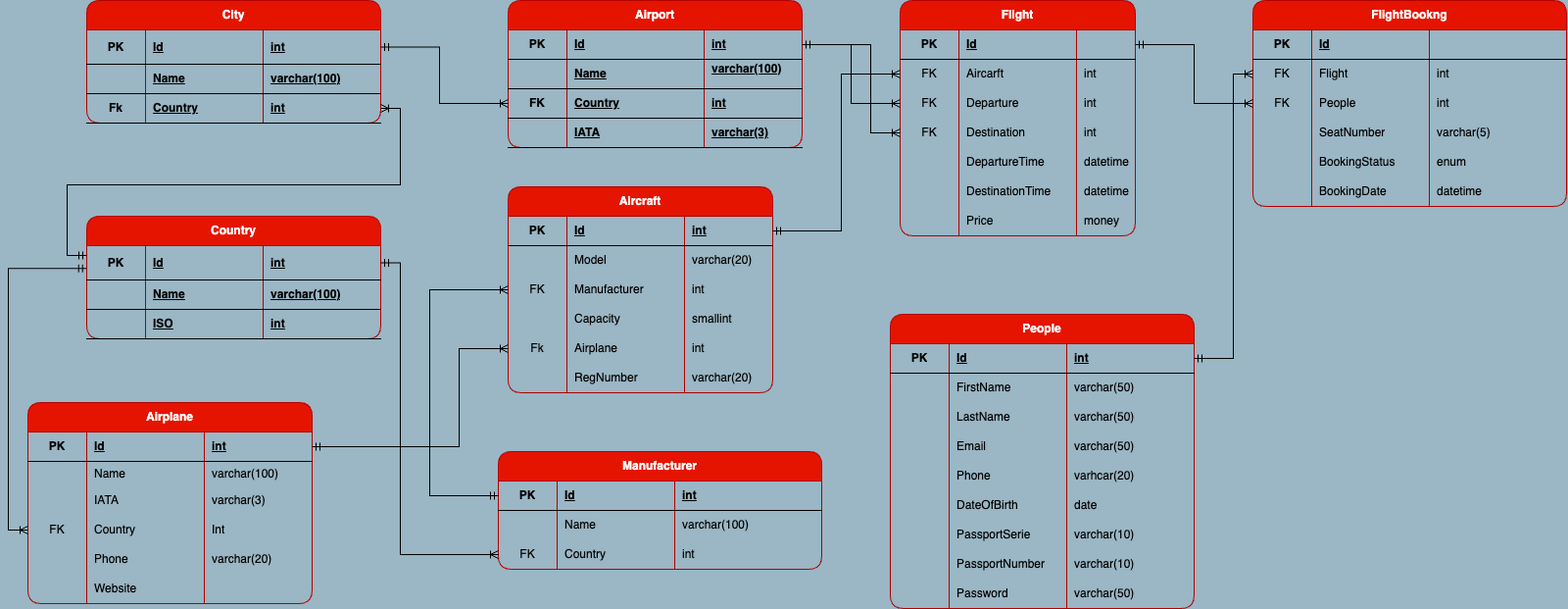
Above: ERD/ERD.png in Bagir22/DB-course-work (draw.io), before the change. Source tidied: cells renumbered, new cells last; positions are measured from the earlier drawing's top-left corner, leaving out a move shared by most shapes.
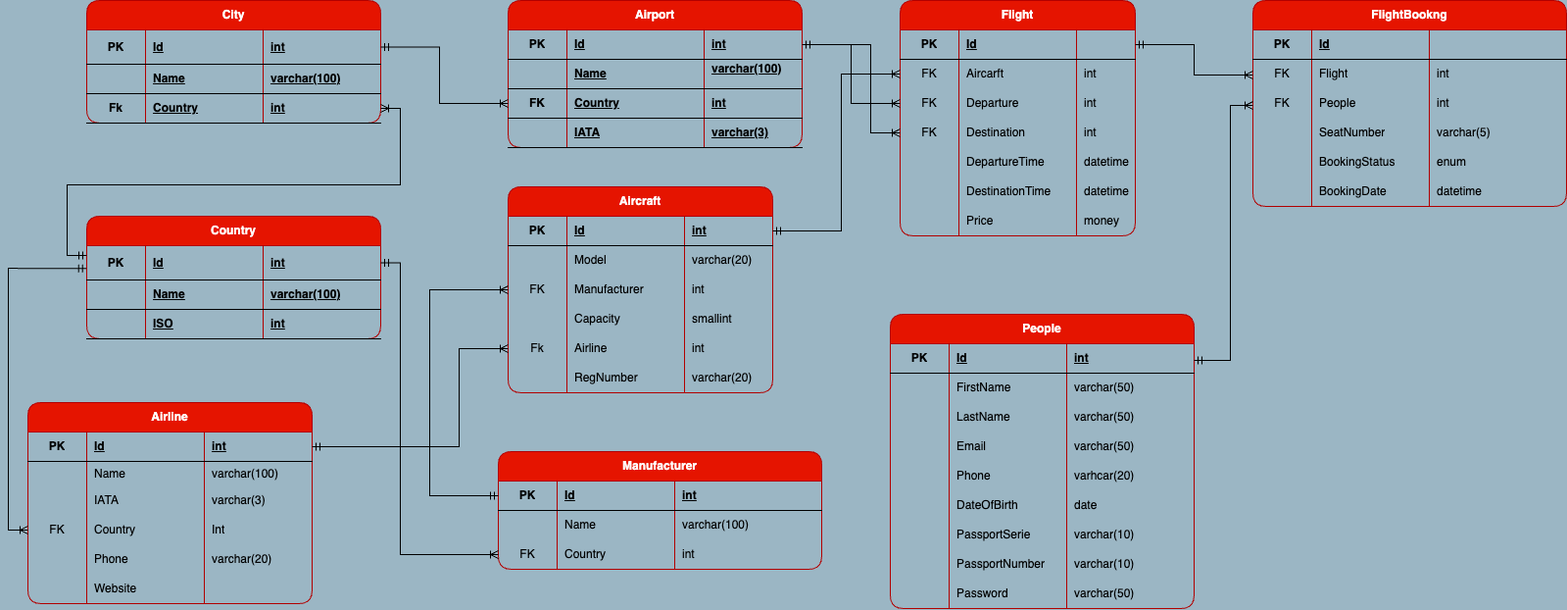
The same file after the commit.

The edit, as a diff of the source:
```diff
@@ -92,7 +92,7 @@
     <mxCell id="31" value="varchar(3)" style="shape=partialRectangle;fillColor=none;top=0;left=0;bottom=1;right=0;align=left;spacingLeft=6;fontStyle=5;overflow=hidden;html=1;whiteSpace=wrap;" parent="28" vertex="1">
       <mxGeometry x="200" width="100" height="30" as="geometry" />
     </mxCell>
-    <mxCell id="32" value="Airplane" style="shape=table;startSize=30;rowLines=0;fontStyle=1;align=center;html=1;whiteSpace=wrap;fillColor=#e51400;strokeColor=#B20000;rounded=1;shadow=0;columnLines=1;fontColor=#ffffff;" parent="1" vertex="1">
+    <mxCell id="32" value="Airline" style="shape=table;startSize=30;rowLines=0;fontStyle=1;align=center;html=1;whiteSpace=wrap;fillColor=#e51400;strokeColor=#B20000;rounded=1;shadow=0;columnLines=1;fontColor=#ffffff;" parent="1" vertex="1">
       <mxGeometry x="20" y="410" width="290" height="205" as="geometry" />
     </mxCell>
     <mxCell id="33" style="shape=tableRow;horizontal=0;startSize=0;swimlaneHead=0;swimlaneBody=0;fillColor=none;points=[[0,0.5],[1,0.5]];portConstraint=eastwest;top=0;left=0;right=0;bottom=0;html=1;" parent="32" vertex="1">
@@ -422,7 +422,7 @@
     <mxCell id="141" value="Fk" style="shape=partialRectangle;fillColor=none;top=0;left=0;bottom=0;right=0;overflow=hidden;html=1;whiteSpace=wrap;" parent="140" vertex="1">
       <mxGeometry width="60" height="30" as="geometry" />
     </mxCell>
-    <mxCell id="142" value="Airplane" style="shape=partialRectangle;fillColor=none;top=0;left=0;bottom=0;right=0;align=left;spacingLeft=6;overflow=hidden;html=1;whiteSpace=wrap;" parent="140" vertex="1">
+    <mxCell id="142" value="Airline" style="shape=partialRectangle;fillColor=none;top=0;left=0;bottom=0;right=0;align=left;spacingLeft=6;overflow=hidden;html=1;whiteSpace=wrap;" parent="140" vertex="1">
       <mxGeometry x="60" width="120" height="30" as="geometry" />
     </mxCell>
     <mxCell id="143" value="int" style="shape=partialRectangle;fillColor=none;top=0;left=0;bottom=0;right=0;align=left;spacingLeft=6;overflow=hidden;html=1;whiteSpace=wrap;" parent="140" vertex="1">
@@ -667,19 +667,20 @@
         </Array>
       </mxGeometry>
     </mxCell>
-    <mxCell id="208" style="edgeStyle=orthogonalEdgeStyle;rounded=0;jettySize=auto;html=1;endArrow=ERoneToMany;endFill=0;startArrow=ERmandOne;startFill=0;entryX=0;entryY=0.5;entryDx=0;entryDy=0;exitX=1;exitY=0.5;exitDx=0;exitDy=0;" parent="1" edge="1" source="58" target="157">
+    <mxCell id="208" style="edgeStyle=orthogonalEdgeStyle;rounded=0;jettySize=auto;html=1;endArrow=ERoneToMany;endFill=0;startArrow=ERmandOne;startFill=0;entryX=0;entryY=0.5;entryDx=0;entryDy=0;exitX=1;exitY=0.5;exitDx=0;exitDy=0;" parent="1" edge="1" source="58" target="153">
       <mxGeometry relative="1" as="geometry">
         <Array as="points">
           <mxPoint x="1210" y="45" />
-          <mxPoint x="1210" y="105" />
+          <mxPoint x="1210" y="76" />
+          <mxPoint x="1270" y="76" />
         </Array>
       </mxGeometry>
     </mxCell>
-    <mxCell id="209" style="edgeStyle=orthogonalEdgeStyle;rounded=0;jettySize=auto;html=1;endArrow=ERoneToMany;endFill=0;startArrow=ERmandOne;startFill=0;entryX=0;entryY=0.5;entryDx=0;entryDy=0;exitX=1;exitY=0.5;exitDx=0;exitDy=0;" parent="1" edge="1" source="87" target="153">
+    <mxCell id="209" style="edgeStyle=orthogonalEdgeStyle;rounded=0;jettySize=auto;html=1;endArrow=ERoneToMany;endFill=0;startArrow=ERmandOne;startFill=0;" parent="1" edge="1" source="87" target="157">
       <mxGeometry relative="1" as="geometry">
         <Array as="points">
-          <mxPoint x="1250" y="365" />
-          <mxPoint x="1250" y="75" />
+          <mxPoint x="1247" y="367" />
+          <mxPoint x="1247" y="107" />
         </Array>
       </mxGeometry>
     </mxCell>
```
